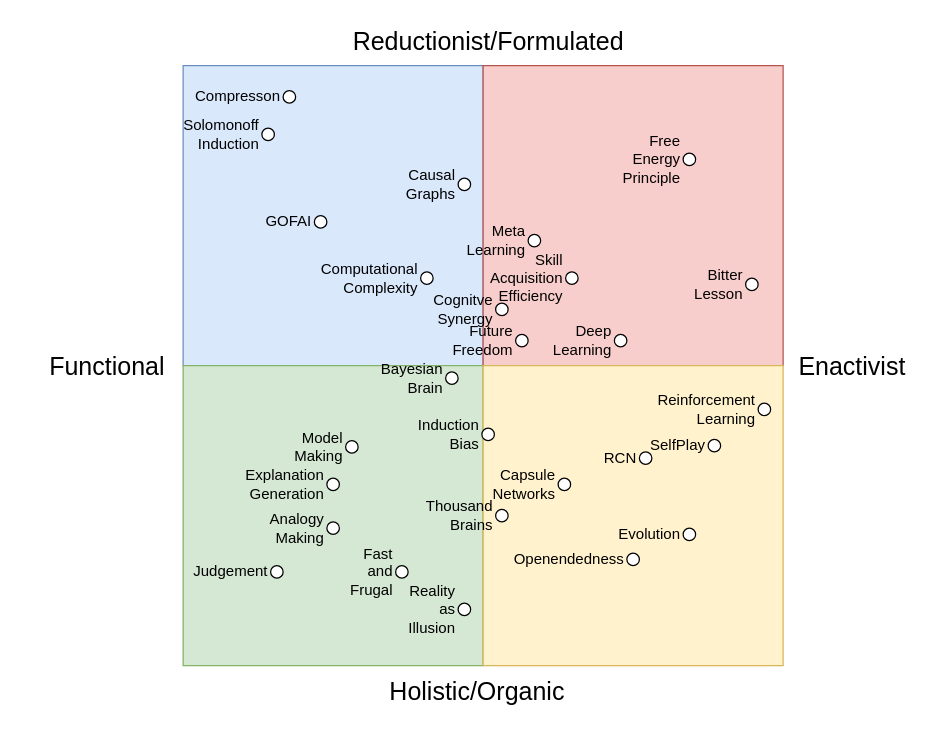
Earlier version of the draw.io diagram agenda_tribe.drawio (codeaudit/1). Source tidied: cells renumbered, new cells numbered last; positions are measured from the earlier drawing's top-left corner, leaving out a move shared by most shapes. Both pictures are drawn from the tidied source at 125%, with x=0, y=0 at pixel (38, 21).
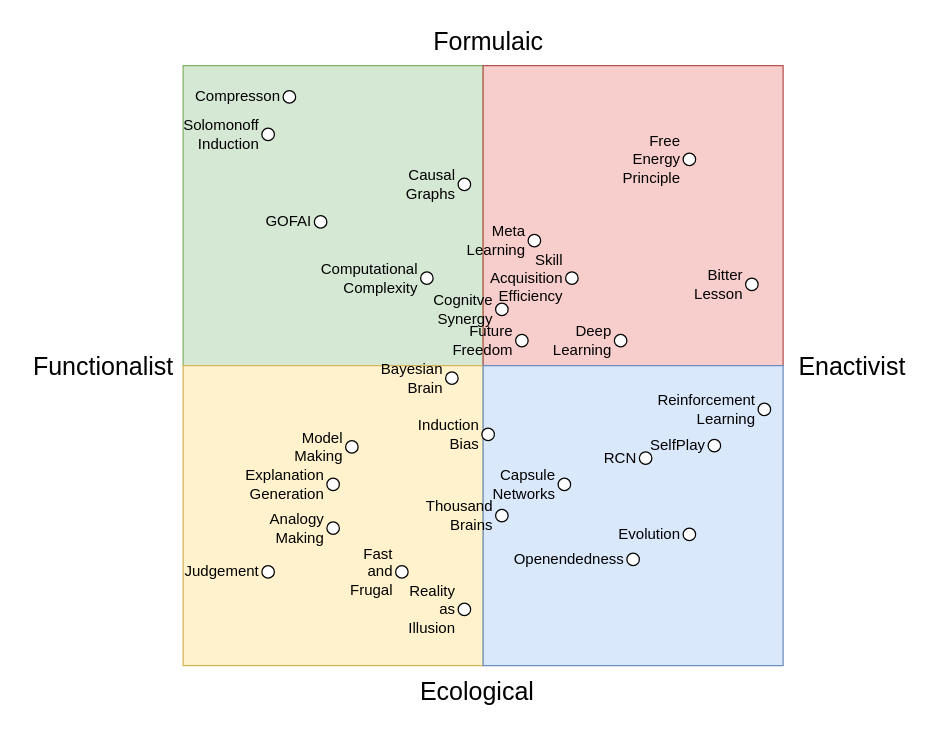
After the change.

Change to the diagram source:
```diff
@@
-    <mxCell id="2" style="whiteSpace=wrap;html=1;fillColor=#dae8fc;strokeColor=#6c8ebf;" parent="1" vertex="1">
+    <mxCell id="2" style="whiteSpace=wrap;html=1;fillColor=#d5e8d4;strokeColor=#82b366;" parent="1" vertex="1">
       <mxGeometry x="116" y="35" width="240" height="240" as="geometry" />
     </mxCell>
@@
-    <mxCell id="4" style="whiteSpace=wrap;html=1;fillColor=#d5e8d4;strokeColor=#82b366;" parent="1" vertex="1">
+    <mxCell id="4" style="whiteSpace=wrap;html=1;fillColor=#fff2cc;strokeColor=#d6b656;" parent="1" vertex="1">
       <mxGeometry x="116" y="275" width="240" height="240" as="geometry" />
     </mxCell>
-    <mxCell id="5" style="whiteSpace=wrap;html=1;fillColor=#fff2cc;strokeColor=#d6b656;" parent="1" vertex="1">
+    <mxCell id="5" style="whiteSpace=wrap;html=1;fillColor=#dae8fc;strokeColor=#6c8ebf;" parent="1" vertex="1">
       <mxGeometry x="356" y="275" width="240" height="240" as="geometry" />
     </mxCell>
-    <mxCell id="6" value="Holistic/Organic" style="text;html=1;align=center;verticalAlign=middle;fontSize=20;" parent="1" vertex="1">
-      <mxGeometry x="271" y="520" width="160" height="30" as="geometry" />
+    <mxCell id="6" value="Ecological" style="text;html=1;align=center;verticalAlign=middle;fontSize=20;" parent="1" vertex="1">
+      <mxGeometry x="296" y="520" width="110" height="30" as="geometry" />
     </mxCell>
-    <mxCell id="7" value="Reductionist/Formulated" style="text;html=1;align=center;verticalAlign=middle;fontSize=20;" parent="1" vertex="1">
-      <mxGeometry x="245" width="230" height="30" as="geometry" />
+    <mxCell id="7" value="Formulaic" style="text;html=1;align=center;verticalAlign=middle;fontSize=20;" parent="1" vertex="1">
+      <mxGeometry x="310" width="100" height="30" as="geometry" />
     </mxCell>
@@
-    <mxCell id="9" value="Functional" style="text;html=1;align=center;verticalAlign=middle;fontSize=20;" parent="1" vertex="1">
-      <mxGeometry y="260" width="110" height="30" as="geometry" />
+    <mxCell id="9" value="Functionalist" style="text;html=1;align=center;verticalAlign=middle;fontSize=20;" parent="1" vertex="1">
+      <mxGeometry x="-13" y="260" width="130" height="30" as="geometry" />
     </mxCell>
@@
     <mxCell id="25" value="Judgement" style="ellipse;whiteSpace=wrap;html=1;fontSize=12;labelPosition=left;verticalLabelPosition=middle;align=right;verticalAlign=middle;" parent="1" vertex="1">
-      <mxGeometry x="186" y="435" width="10" height="10" as="geometry" />
+      <mxGeometry x="179" y="435" width="10" height="10" as="geometry" />
     </mxCell>
```
